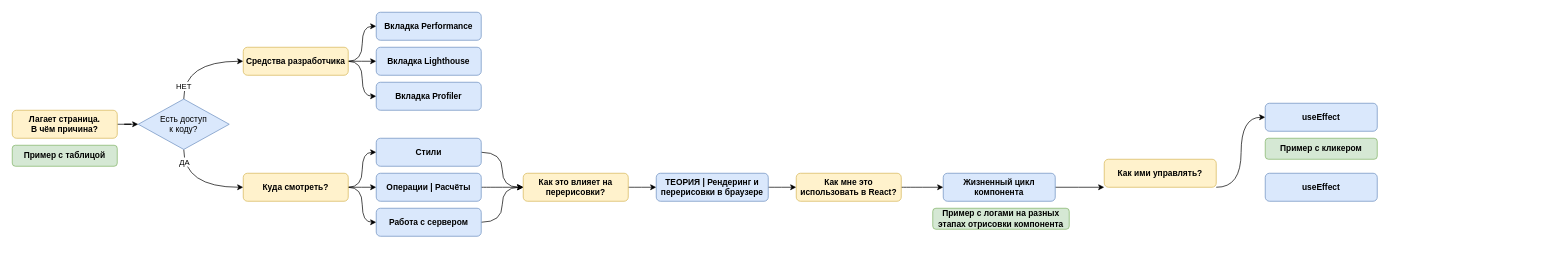
This is Diagrams for video.drawio from orlov-oleg-developer/uml-diagrams, a draw.io file, before an edit. Source tidied: cells renumbered, new cells numbered last; positions are measured from the earlier drawing's top-left corner, leaving out a move shared by most shapes. Both pictures are drawn from the tidied source at 70%, with x=0, y=0 at pixel (12, 12).
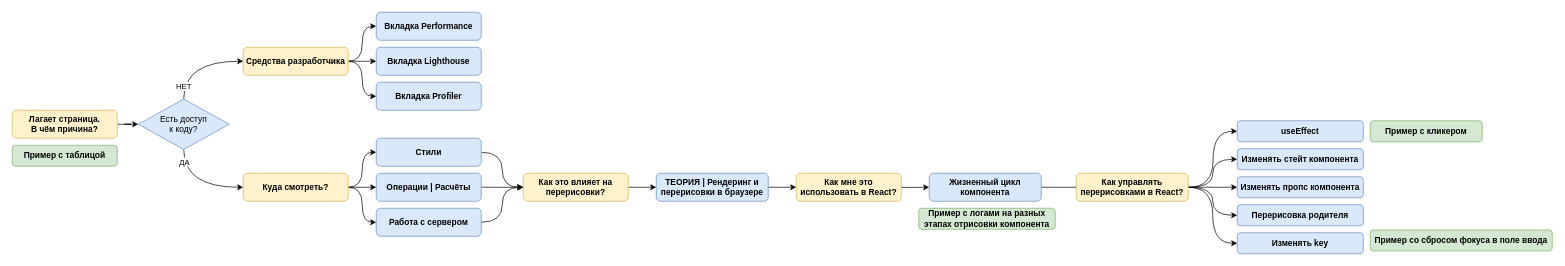
The same page after the edit.

The change refers to these unchanged cells:
```xml
<mxCell id="33" value="Как мне это использовать в React?" style="rounded=1;whiteSpace=wrap;html=1;fillColor=#fff2cc;strokeColor=#d6b656;fontStyle=1;" parent="1" vertex="1">
  <mxGeometry x="1120" y="230" width="150" height="40" as="geometry" />
</mxCell>
```

The edit, as a diff of the source:
```diff
@@
     <mxCell id="30" style="edgeStyle=orthogonalEdgeStyle;shape=connector;curved=1;rounded=0;jettySize=auto;html=1;strokeColor=default;align=center;verticalAlign=middle;fontFamily=Helvetica;fontSize=11;fontColor=default;labelBackgroundColor=default;endArrow=classic;" parent="1" edge="1" source="31">
       <mxGeometry relative="1" as="geometry">
-        <mxPoint x="1560" y="250" as="targetPoint" />
+        <mxPoint x="1540" y="250" as="targetPoint" />
       </mxGeometry>
     </mxCell>
     <mxCell id="31" value="Жизненный цикл компонента" style="rounded=1;whiteSpace=wrap;html=1;fillColor=#dae8fc;strokeColor=#6c8ebf;fontStyle=1;" parent="1" vertex="1">
-      <mxGeometry x="1330" y="230" width="160" height="40" as="geometry" />
+      <mxGeometry x="1310" y="230" width="160" height="40" as="geometry" />
     </mxCell>
-    <mxCell id="32" style="edgeStyle=orthogonalEdgeStyle;shape=connector;curved=1;rounded=0;jettySize=auto;html=1;entryX=0;entryY=0.5;entryDx=0;entryDy=0;strokeColor=default;align=center;verticalAlign=middle;fontFamily=Helvetica;fontSize=11;fontColor=default;labelBackgroundColor=default;endArrow=classic;" parent="1" edge="1" source="33" target="31">
-      <mxGeometry relative="1" as="geometry" />
+    <mxCell id="32" style="edgeStyle=orthogonalEdgeStyle;shape=connector;curved=1;rounded=0;jettySize=auto;html=1;entryX=0;entryY=0.5;entryDx=0;entryDy=0;strokeColor=default;align=center;verticalAlign=middle;fontFamily=Helvetica;fontSize=11;fontColor=default;labelBackgroundColor=default;endArrow=classic;" parent="1" edge="1" target="31">
+      <mxGeometry relative="1" as="geometry">
+        <mxPoint x="1250" y="250" as="sourcePoint" />
+      </mxGeometry>
     </mxCell>
@@
     <mxCell id="34" value="Пример с логами на разных этапах отрисовки компонента" style="rounded=1;whiteSpace=wrap;html=1;fillColor=#d5e8d4;strokeColor=#82b366;fontStyle=1;" parent="1" vertex="1">
-      <mxGeometry x="1315" y="280" width="195" height="30" as="geometry" />
+      <mxGeometry x="1295" y="280" width="195" height="30" as="geometry" />
     </mxCell>
     <mxCell id="35" style="edgeStyle=orthogonalEdgeStyle;shape=connector;curved=1;rounded=0;jettySize=auto;html=1;entryX=0;entryY=0.5;entryDx=0;entryDy=0;strokeColor=default;align=center;verticalAlign=middle;fontFamily=Helvetica;fontSize=11;fontColor=default;labelBackgroundColor=default;endArrow=classic;" parent="1" edge="1" target="37">
       <mxGeometry relative="1" as="geometry">
-        <mxPoint x="1720" y="250" as="sourcePoint" />
+        <mxPoint x="1680" y="250" as="sourcePoint" />
       </mxGeometry>
     </mxCell>
+    <mxCell id="41" style="edgeStyle=orthogonalEdgeStyle;shape=connector;curved=1;rounded=0;jettySize=auto;html=1;entryX=0;entryY=0.5;entryDx=0;entryDy=0;strokeColor=default;align=center;verticalAlign=middle;fontFamily=Helvetica;fontSize=11;fontColor=default;labelBackgroundColor=default;endArrow=classic;" parent="1" edge="1" source="36" target="39">
+      <mxGeometry relative="1" as="geometry" />
+    </mxCell>
+    <mxCell id="42" style="edgeStyle=orthogonalEdgeStyle;shape=connector;curved=1;rounded=0;jettySize=auto;html=1;entryX=0;entryY=0.5;entryDx=0;entryDy=0;strokeColor=default;align=center;verticalAlign=middle;fontFamily=Helvetica;fontSize=11;fontColor=default;labelBackgroundColor=default;endArrow=classic;" parent="1" edge="1" source="36" target="45">
+      <mxGeometry relative="1" as="geometry" />
+    </mxCell>
+    <mxCell id="43" style="edgeStyle=orthogonalEdgeStyle;shape=connector;curved=1;rounded=0;jettySize=auto;html=1;entryX=0;entryY=0.5;entryDx=0;entryDy=0;strokeColor=default;align=center;verticalAlign=middle;fontFamily=Helvetica;fontSize=11;fontColor=default;labelBackgroundColor=default;endArrow=classic;" parent="1" edge="1" source="36" target="46">
+      <mxGeometry relative="1" as="geometry" />
+    </mxCell>
+    <mxCell id="44" style="edgeStyle=orthogonalEdgeStyle;shape=connector;curved=1;rounded=0;jettySize=auto;html=1;entryX=0;entryY=0.5;entryDx=0;entryDy=0;strokeColor=default;align=center;verticalAlign=middle;fontFamily=Helvetica;fontSize=11;fontColor=default;labelBackgroundColor=default;endArrow=classic;" parent="1" edge="1" source="36" target="47">
+      <mxGeometry relative="1" as="geometry" />
+    </mxCell>
-    <mxCell id="36" value="Как ими управлять?" style="rounded=1;whiteSpace=wrap;html=1;fillColor=#fff2cc;strokeColor=#d6b656;fontStyle=1;" parent="1" vertex="1">
-      <mxGeometry x="1560" y="210" width="160" height="40" as="geometry" />
+    <mxCell id="36" value="Как управлять перерисовками в React?" style="rounded=1;whiteSpace=wrap;html=1;fillColor=#fff2cc;strokeColor=#d6b656;fontStyle=1;" parent="1" vertex="1">
+      <mxGeometry x="1520" y="230" width="160" height="40" as="geometry" />
     </mxCell>
-    <mxCell id="37" value="useEffect" style="rounded=1;whiteSpace=wrap;html=1;fillColor=#dae8fc;strokeColor=#6c8ebf;fontStyle=1;" parent="1" vertex="1">
-      <mxGeometry x="1790" y="130" width="160" height="40" as="geometry" />
-    </mxCell>
     <mxCell id="38" value="Пример с кликером" style="rounded=1;whiteSpace=wrap;html=1;fillColor=#d5e8d4;strokeColor=#82b366;fontStyle=1;" parent="1" vertex="1">
-      <mxGeometry x="1790" y="180" width="160" height="30" as="geometry" />
+      <mxGeometry x="1940" y="155" width="160" height="30" as="geometry" />
     </mxCell>
-    <mxCell id="39" value="useEffect" style="rounded=1;whiteSpace=wrap;html=1;fillColor=#dae8fc;strokeColor=#6c8ebf;fontStyle=1;" parent="1" vertex="1">
-      <mxGeometry x="1790" y="230" width="160" height="40" as="geometry" />
+    <mxCell id="39" value="Изменять стейт компонента" style="rounded=1;whiteSpace=wrap;html=1;fillColor=#dae8fc;strokeColor=#6c8ebf;fontStyle=1;" parent="1" vertex="1">
+      <mxGeometry x="1750" y="195" width="180" height="30" as="geometry" />
     </mxCell>
@@
+    <mxCell id="45" value="Изменять пропс компонента" style="rounded=1;whiteSpace=wrap;html=1;fillColor=#dae8fc;strokeColor=#6c8ebf;fontStyle=1;" parent="1" vertex="1">
+      <mxGeometry x="1750" y="235" width="180" height="30" as="geometry" />
+    </mxCell>
+    <mxCell id="46" value="Перерисовка родителя" style="rounded=1;whiteSpace=wrap;html=1;fillColor=#dae8fc;strokeColor=#6c8ebf;fontStyle=1;" parent="1" vertex="1">
+      <mxGeometry x="1750" y="275" width="180" height="30" as="geometry" />
+    </mxCell>
+    <mxCell id="47" value="Изменять key" style="rounded=1;whiteSpace=wrap;html=1;fillColor=#dae8fc;strokeColor=#6c8ebf;fontStyle=1;" parent="1" vertex="1">
+      <mxGeometry x="1750" y="315" width="180" height="30" as="geometry" />
+    </mxCell>
+    <mxCell id="37" value="useEffect" style="rounded=1;whiteSpace=wrap;html=1;fillColor=#dae8fc;strokeColor=#6c8ebf;fontStyle=1;" parent="1" vertex="1">
+      <mxGeometry x="1750" y="155" width="180" height="30" as="geometry" />
+    </mxCell>
+    <mxCell id="48" value="Пример со сбросом фокуса в поле ввода" style="rounded=1;whiteSpace=wrap;html=1;fillColor=#d5e8d4;strokeColor=#82b366;fontStyle=1;" parent="1" vertex="1">
+      <mxGeometry x="1940" y="311" width="260" height="30" as="geometry" />
+    </mxCell>
```
